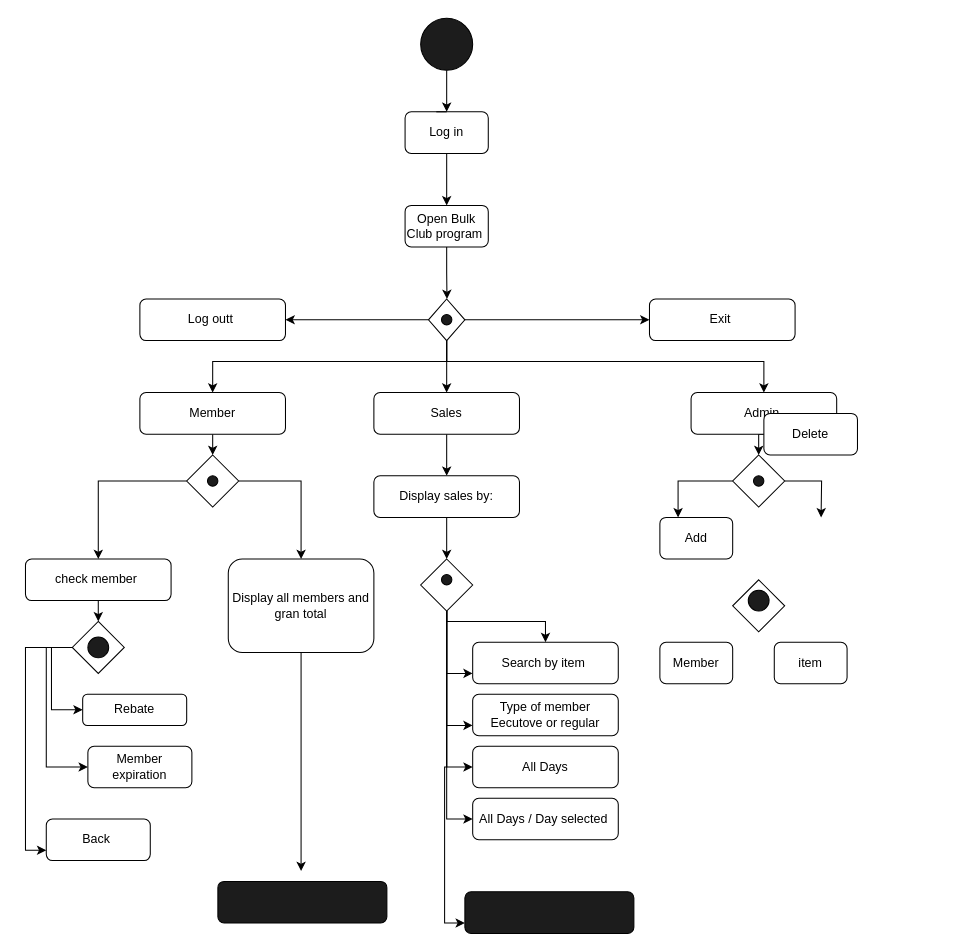
This is page "useCaseActivityDiagram" (3 of 4) of DiagramsToPresent.drawio from schwei322/CS1C-Project2, a draw.io file, before an edit. Source tidied: cells renumbered, new cells numbered last; positions are measured from the earlier drawing's top-left corner, leaving out a move shared by most shapes. Both pictures are drawn from the tidied source at 104%, with x=0, y=0 at pixel (25, 18).
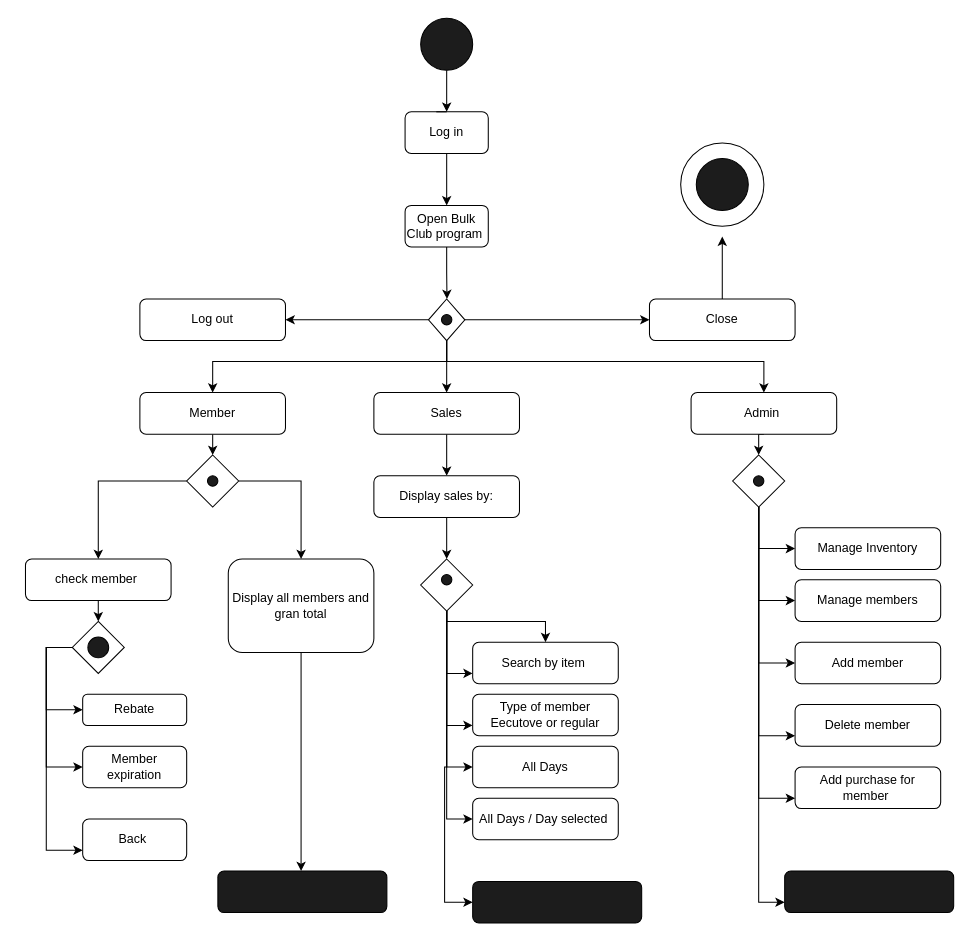
Above is the later version.

The change refers to these unchanged cells:
```xml
<mxCell id="4" style="rhombus;whiteSpace=wrap;html=1;" parent="1" vertex="1">
  <mxGeometry x="680" y="420" width="50" height="50" as="geometry" />
</mxCell>
<mxCell id="28" style="rhombus;whiteSpace=wrap;html=1;" parent="1" vertex="1">
  <mxGeometry x="380" y="520" width="50" height="50" as="geometry" />
</mxCell>
<mxCell id="51" style="rhombus;whiteSpace=wrap;html=1;" parent="1" vertex="1">
  <mxGeometry x="45" y="580" width="50" height="50" as="geometry" />
</mxCell>
<mxCell id="52" value="Rebate" style="rounded=1;whiteSpace=wrap;html=1;" parent="1" vertex="1">
  <mxGeometry x="55" y="650" width="100" height="30" as="geometry" />
</mxCell>
```

What changed in the source:
```diff
@@
-    <mxCell id="2" style="edgeStyle=orthogonalEdgeStyle;rounded=0;jettySize=auto;html=1;exitX=0;exitY=0.5;exitDx=0;exitDy=0;entryX=0.25;entryY=0;entryDx=0;entryDy=0;" parent="1" edge="1" source="4" target="57">
-      <mxGeometry relative="1" as="geometry" />
-    </mxCell>
-    <mxCell id="3" style="edgeStyle=orthogonalEdgeStyle;rounded=0;jettySize=auto;html=1;exitX=1;exitY=0.5;exitDx=0;exitDy=0;entryX=0.5;entryY=0;entryDx=0;entryDy=0;" parent="1" edge="1" source="4">
-      <mxGeometry relative="1" as="geometry">
-        <mxPoint x="765" y="480" as="targetPoint" />
-      </mxGeometry>
-    </mxCell>
+    <mxCell id="66" style="edgeStyle=orthogonalEdgeStyle;rounded=0;jettySize=auto;html=1;exitX=0.5;exitY=1;exitDx=0;exitDy=0;entryX=0;entryY=0.75;entryDx=0;entryDy=0;" parent="1" edge="1" source="4" target="78">
+      <mxGeometry relative="1" as="geometry" />
+    </mxCell>
+    <mxCell id="67" style="edgeStyle=orthogonalEdgeStyle;rounded=0;jettySize=auto;html=1;entryX=0;entryY=0.75;entryDx=0;entryDy=0;" parent="1" edge="1" source="4" target="77">
+      <mxGeometry relative="1" as="geometry">
+        <Array as="points">
+          <mxPoint x="705" y="750" />
+        </Array>
+      </mxGeometry>
+    </mxCell>
+    <mxCell id="68" style="edgeStyle=orthogonalEdgeStyle;rounded=0;jettySize=auto;html=1;exitX=0.5;exitY=1;exitDx=0;exitDy=0;entryX=0;entryY=0.75;entryDx=0;entryDy=0;" parent="1" edge="1" source="4" target="76">
+      <mxGeometry relative="1" as="geometry" />
+    </mxCell>
+    <mxCell id="69" style="edgeStyle=orthogonalEdgeStyle;rounded=0;jettySize=auto;html=1;exitX=0.5;exitY=1;exitDx=0;exitDy=0;entryX=0;entryY=0.5;entryDx=0;entryDy=0;" parent="1" edge="1" source="4" target="73">
+      <mxGeometry relative="1" as="geometry" />
+    </mxCell>
+    <mxCell id="70" style="edgeStyle=orthogonalEdgeStyle;rounded=0;jettySize=auto;html=1;exitX=0.5;exitY=1;exitDx=0;exitDy=0;entryX=0;entryY=0.5;entryDx=0;entryDy=0;" parent="1" edge="1" source="4" target="74">
+      <mxGeometry relative="1" as="geometry" />
+    </mxCell>
+    <mxCell id="71" style="edgeStyle=orthogonalEdgeStyle;rounded=0;jettySize=auto;html=1;exitX=0.5;exitY=1;exitDx=0;exitDy=0;entryX=0;entryY=0.5;entryDx=0;entryDy=0;" parent="1" edge="1" source="4" target="75">
+      <mxGeometry relative="1" as="geometry" />
+    </mxCell>
@@
-    <mxCell id="18" value="Log outt&amp;nbsp;" style="rounded=1;whiteSpace=wrap;html=1;" parent="1" vertex="1">
+    <mxCell id="18" value="Log out" style="rounded=1;whiteSpace=wrap;html=1;" parent="1" vertex="1">
       <mxGeometry x="110" y="270" width="140" height="40" as="geometry" />
     </mxCell>
+    <mxCell id="72" style="edgeStyle=orthogonalEdgeStyle;rounded=0;jettySize=auto;html=1;" parent="1" edge="1" source="19">
+      <mxGeometry relative="1" as="geometry">
+        <mxPoint x="670" y="210" as="targetPoint" />
+      </mxGeometry>
+    </mxCell>
-    <mxCell id="19" value="Exit&amp;nbsp;" style="rounded=1;whiteSpace=wrap;html=1;" parent="1" vertex="1">
+    <mxCell id="19" value="Close" style="rounded=1;whiteSpace=wrap;html=1;" parent="1" vertex="1">
       <mxGeometry x="600" y="270" width="140" height="40" as="geometry" />
     </mxCell>
@@
-    <mxCell id="27" style="edgeStyle=orthogonalEdgeStyle;rounded=0;jettySize=auto;html=1;entryX=0;entryY=0.75;entryDx=0;entryDy=0;" parent="1" edge="1" source="28" target="39">
+    <mxCell id="27" style="edgeStyle=orthogonalEdgeStyle;rounded=0;jettySize=auto;html=1;entryX=0;entryY=0.5;entryDx=0;entryDy=0;" parent="1" edge="1" source="28" target="39">
       <mxGeometry relative="1" as="geometry">
         <Array as="points">
           <mxPoint x="405" y="720" />
           <mxPoint x="403" y="720" />
-          <mxPoint x="403" y="870" />
+          <mxPoint x="403" y="850" />
         </Array>
       </mxGeometry>
     </mxCell>
@@
     <mxCell id="39" style="rounded=1;whiteSpace=wrap;html=1;fillColor=#1C1C1C;" parent="1" vertex="1">
-      <mxGeometry x="422.5" y="840" width="162.5" height="40" as="geometry" />
+      <mxGeometry x="430" y="830" width="162.5" height="40" as="geometry" />
     </mxCell>
@@
     <mxCell id="48" style="edgeStyle=orthogonalEdgeStyle;rounded=0;jettySize=auto;html=1;exitX=0;exitY=0.5;exitDx=0;exitDy=0;entryX=0;entryY=0.5;entryDx=0;entryDy=0;" parent="1" edge="1" source="51" target="52">
-      <mxGeometry relative="1" as="geometry" />
+      <mxGeometry relative="1" as="geometry">
+        <Array as="points">
+          <mxPoint x="20" y="605" />
+          <mxPoint x="20" y="665" />
+        </Array>
+      </mxGeometry>
     </mxCell>
@@
     <mxCell id="50" style="edgeStyle=orthogonalEdgeStyle;rounded=0;jettySize=auto;html=1;entryX=0;entryY=0.75;entryDx=0;entryDy=0;" parent="1" edge="1" source="51" target="54">
       <mxGeometry relative="1" as="geometry">
         <Array as="points">
-          <mxPoint y="605" />
-          <mxPoint y="800" />
+          <mxPoint x="20" y="605" />
+          <mxPoint x="20" y="800" />
         </Array>
       </mxGeometry>
     </mxCell>
@@
     <mxCell id="53" value="Member expiration" style="rounded=1;whiteSpace=wrap;html=1;" parent="1" vertex="1">
-      <mxGeometry x="60" y="700" width="100" height="40" as="geometry" />
+      <mxGeometry x="55" y="700" width="100" height="40" as="geometry" />
     </mxCell>
     <mxCell id="54" value="Back&amp;nbsp;" style="rounded=1;whiteSpace=wrap;html=1;" parent="1" vertex="1">
-      <mxGeometry x="20" y="770" width="100" height="40" as="geometry" />
+      <mxGeometry x="55" y="770" width="100" height="40" as="geometry" />
     </mxCell>
     <mxCell id="55" style="rounded=1;whiteSpace=wrap;html=1;fillColor=#1C1C1C;" parent="1" vertex="1">
-      <mxGeometry x="185" y="830" width="162.5" height="40" as="geometry" />
+      <mxGeometry x="185" y="820" width="162.5" height="40" as="geometry" />
     </mxCell>
-    <mxCell id="56" value="Delete" style="rounded=1;whiteSpace=wrap;html=1;" parent="1" vertex="1">
-      <mxGeometry x="710" y="380" width="90" height="40" as="geometry" />
-    </mxCell>
-    <mxCell id="57" value="Add" style="rounded=1;whiteSpace=wrap;html=1;" parent="1" vertex="1">
-      <mxGeometry x="610" y="480" width="70" height="40" as="geometry" />
-    </mxCell>
@@
-    <mxCell id="60" style="rhombus;whiteSpace=wrap;html=1;" parent="1" vertex="1">
-      <mxGeometry x="680" y="540" width="50" height="50" as="geometry" />
-    </mxCell>
-    <mxCell id="61" style="ellipse;whiteSpace=wrap;html=1;fillColor=#1C1C1C;" parent="1" vertex="1">
-      <mxGeometry x="695" y="550" width="20" height="20" as="geometry" />
-    </mxCell>
-    <mxCell id="62" value="Member" style="rounded=1;whiteSpace=wrap;html=1;" parent="1" vertex="1">
-      <mxGeometry x="610" y="600" width="70" height="40" as="geometry" />
-    </mxCell>
-    <mxCell id="63" value="item" style="rounded=1;whiteSpace=wrap;html=1;" parent="1" vertex="1">
-      <mxGeometry x="720" y="600" width="70" height="40" as="geometry" />
-    </mxCell>
@@
+    <mxCell id="73" value="Add member" style="rounded=1;whiteSpace=wrap;html=1;" parent="1" vertex="1">
+      <mxGeometry x="740" y="600" width="140" height="40" as="geometry" />
+    </mxCell>
+    <mxCell id="74" value="Manage members" style="rounded=1;whiteSpace=wrap;html=1;" parent="1" vertex="1">
+      <mxGeometry x="740" y="540" width="140" height="40" as="geometry" />
+    </mxCell>
+    <mxCell id="75" value="Manage Inventory" style="rounded=1;whiteSpace=wrap;html=1;" parent="1" vertex="1">
+      <mxGeometry x="740" y="490" width="140" height="40" as="geometry" />
+    </mxCell>
+    <mxCell id="76" value="Delete member" style="rounded=1;whiteSpace=wrap;html=1;" parent="1" vertex="1">
+      <mxGeometry x="740" y="660" width="140" height="40" as="geometry" />
+    </mxCell>
+    <mxCell id="77" value="Add purchase for member&amp;nbsp;" style="rounded=1;whiteSpace=wrap;html=1;" parent="1" vertex="1">
+      <mxGeometry x="740" y="720" width="140" height="40" as="geometry" />
+    </mxCell>
+    <mxCell id="78" style="rounded=1;whiteSpace=wrap;html=1;fillColor=#1C1C1C;" parent="1" vertex="1">
+      <mxGeometry x="730" y="820" width="162.5" height="40" as="geometry" />
+    </mxCell>
+    <mxCell id="79" style="ellipse;whiteSpace=wrap;html=1;fillColor=none;" parent="1" vertex="1">
+      <mxGeometry x="630" y="120" width="80" height="80" as="geometry" />
+    </mxCell>
+    <mxCell id="80" style="verticalLabelPosition=bottom;verticalAlign=top;html=1;shape=mxgraph.flowchart.on-page_reference;fillColor=#1C1C1C;" parent="1" vertex="1">
+      <mxGeometry x="645" y="135" width="50" height="50" as="geometry" />
+    </mxCell>
```
